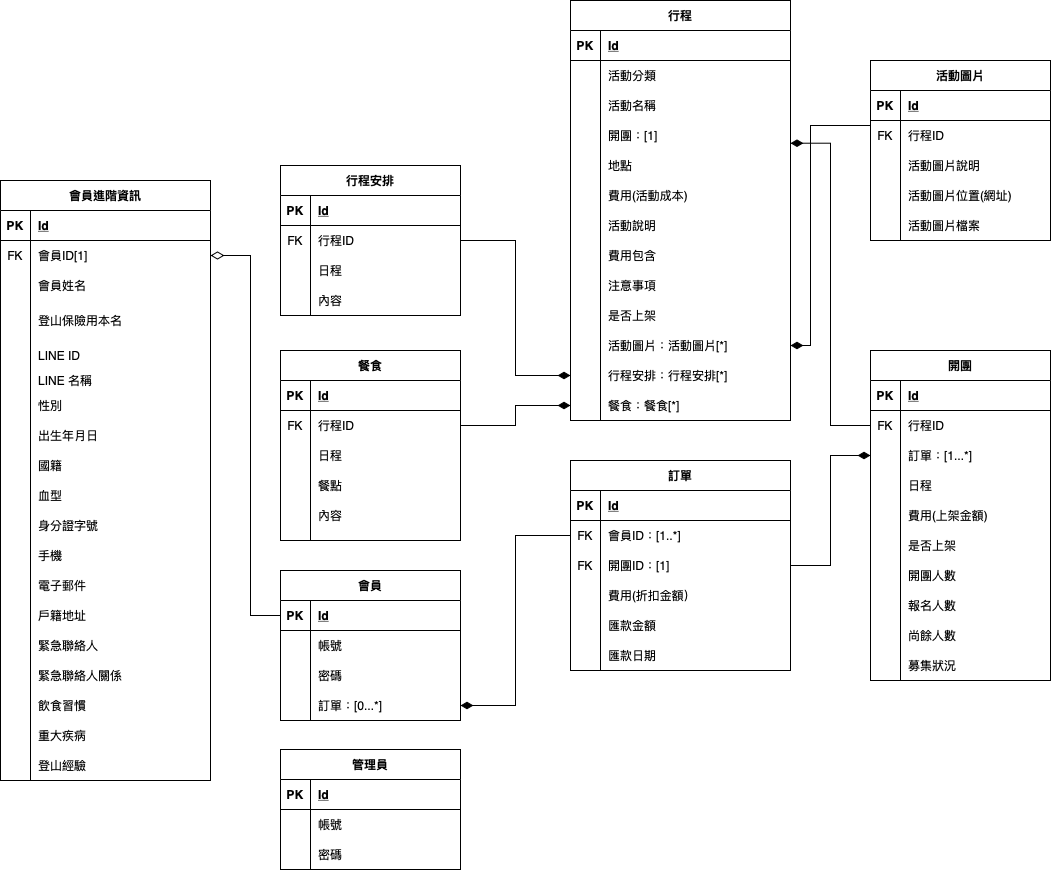
Earlier version of the draw.io export Untitled Diagram.png (Yizi-Yeh/MT-Databaseplanning). Source tidied: cells renumbered, new cells last; positions are measured from the earlier drawing's top-left corner, leaving out a move shared by most shapes.
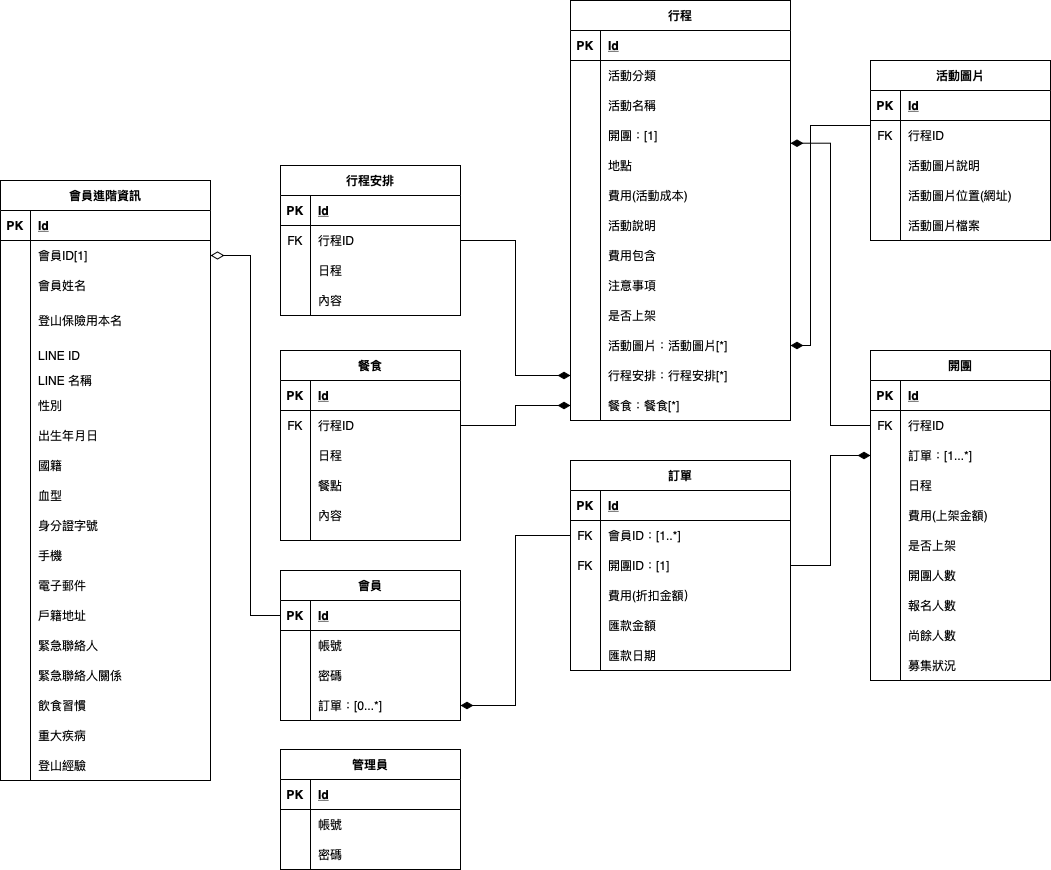
The same diagram one commit later.

Commit message:
資料庫規劃_R8.png

The edit, as a diff of the source:
```diff
@@ -514,7 +514,7 @@
     <mxCell id="170" style="shape=partialRectangle;fillColor=none;top=0;left=0;bottom=0;right=0;points=[[0,0.5],[1,0.5]];portConstraint=eastwest;" parent="166" vertex="1">
       <mxGeometry y="60" width="210" height="30" as="geometry" />
     </mxCell>
-    <mxCell id="171" value="FK" style="shape=partialRectangle;fillColor=none;top=0;left=0;bottom=0;right=0;overflow=hidden;" parent="170" vertex="1">
+    <mxCell id="171" style="shape=partialRectangle;fillColor=none;top=0;left=0;bottom=0;right=0;overflow=hidden;" parent="170" vertex="1">
       <mxGeometry width="30" height="30" as="geometry" />
     </mxCell>
     <mxCell id="172" value="會員ID[1]" style="shape=partialRectangle;fillColor=none;top=0;left=0;bottom=0;right=0;align=left;spacingLeft=6;overflow=hidden;" parent="170" vertex="1">
```
